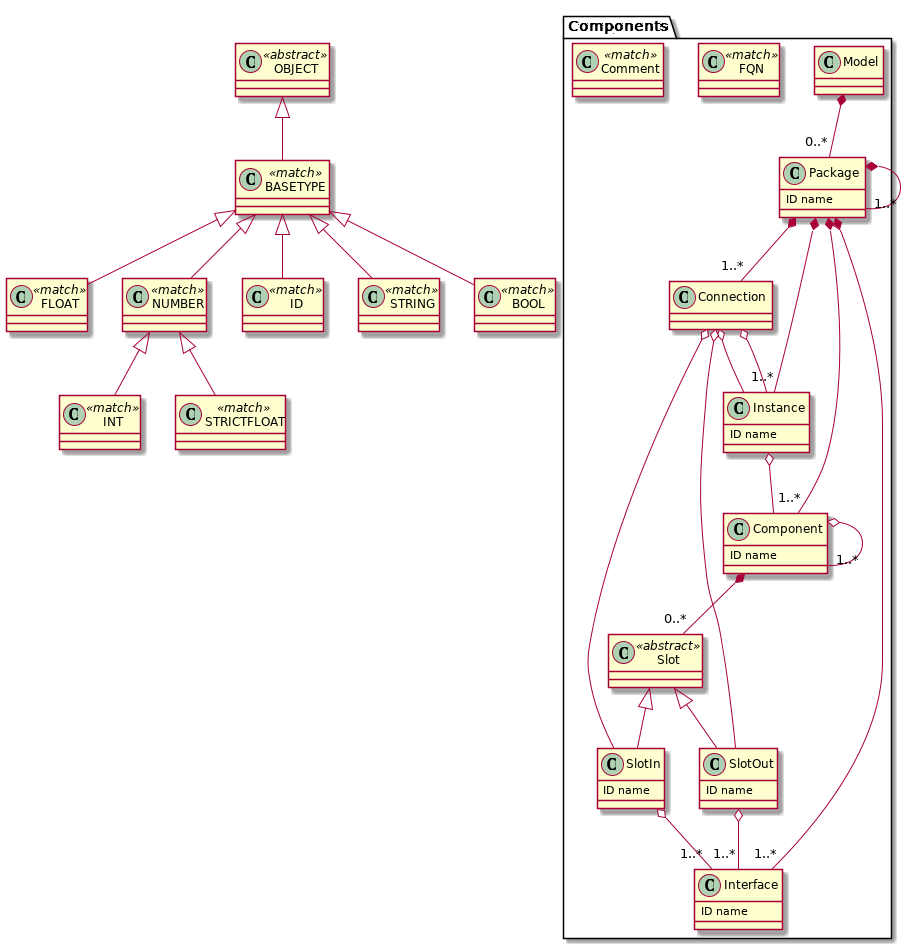
Above: examples/render_all_grammars/pu/tests_functional_test_scoping_components_model1_Components.png in textX/textX (PlantUML), before the change.
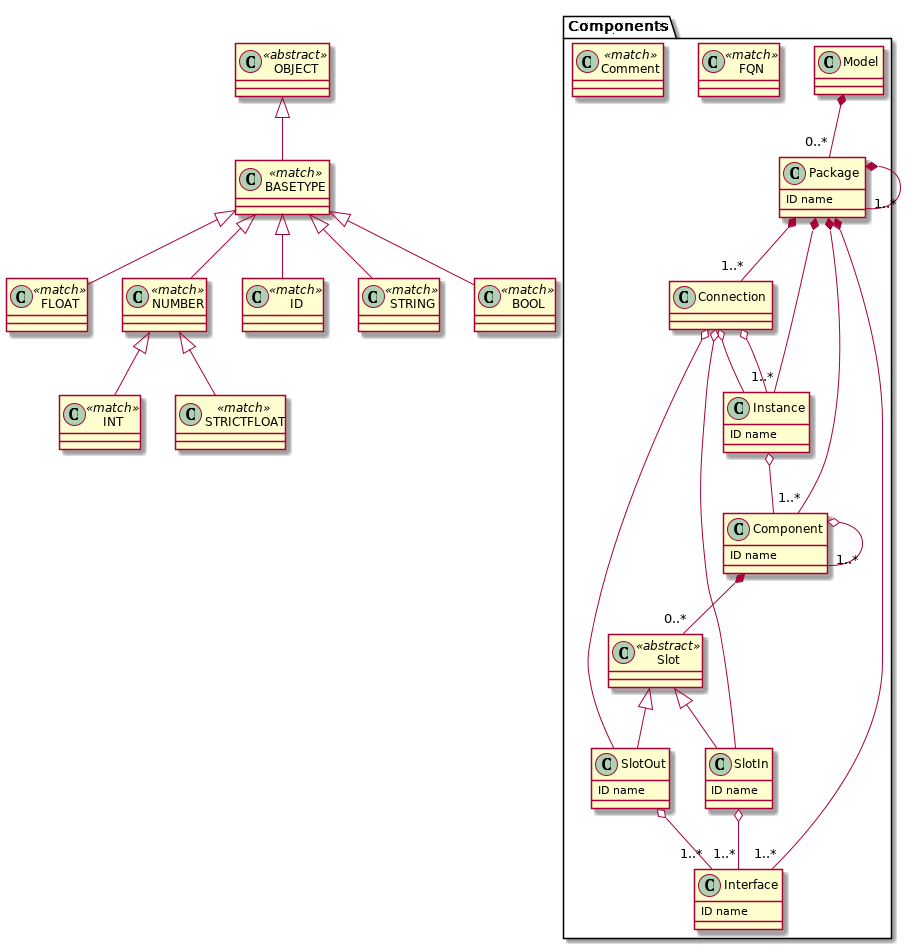
Above is the later version.

The edit, as a diff of the source:
```diff
@@ -1,60 +1,45 @@
 @startuml
-            set namespaceSeparator .
-        Components.Model *-- "0..*" Components.Package
+set namespaceSeparator .
+
+
 class Components.Model  {
 }
 
 
-Components.Package *-- "1..*" Components.Component
-Components.Package *-- "1..*" Components.Instance
-Components.Package *-- "1..*" Components.Connection
-Components.Package *-- "1..*" Components.Package
-Components.Package *-- "1..*" Components.Interface
 class Components.Package  {
-ID name
+  ID name
 }
 
 
 class Components.Interface  {
-ID name
+  ID name
 }
 
 
-Components.Component o-- "1..*" Components.Component
-Components.Component *-- "0..*" Components.Slot
 class Components.Component  {
-ID name
+  ID name
 }
 
 
 class Components.Slot <<abstract>> {
 }
 
-Components.Slot <|-- Components.SlotIn
-Components.Slot <|-- Components.SlotOut
 
-Components.SlotIn o-- "1..*" Components.Interface
 class Components.SlotIn  {
-ID name
+  ID name
 }
 
 
-Components.SlotOut o-- "1..*" Components.Interface
 class Components.SlotOut  {
-ID name
+  ID name
 }
 
 
-Components.Instance o-- Components.Component
 class Components.Instance  {
-ID name
+  ID name
 }
 
 
-Components.Connection o-- Components.Instance
-Components.Connection o-- Components.SlotOut
-Components.Connection o-- Components.Instance
-Components.Connection o-- Components.SlotIn
 class Components.Connection  {
 }
 
@@ -94,21 +79,38 @@
 class NUMBER <<match>> {
 }
 
-NUMBER <|-- STRICTFLOAT
-NUMBER <|-- INT
 
 class BASETYPE <<match>> {
 }
 
+
+class OBJECT <<abstract>> {
+}
+
+
+Components.Model *-- "0..*" Components.Package
+Components.Package *-- "1..*" Components.Component
+Components.Package *-- "1..*" Components.Instance
+Components.Package *-- "1..*" Components.Connection
+Components.Package *-- "1..*" Components.Package
+Components.Package *-- "1..*" Components.Interface
+Components.Component o-- "1..*" Components.Component
+Components.Component *-- "0..*" Components.Slot
+Components.Slot <|-- Components.SlotIn
+Components.Slot <|-- Components.SlotOut
+Components.SlotIn o-- "1..*" Components.Interface
+Components.SlotOut o-- "1..*" Components.Interface
+Components.Instance o-- Components.Component
+Components.Connection o-- Components.Instance
+Components.Connection o-- Components.SlotOut
+Components.Connection o-- Components.Instance
+Components.Connection o-- Components.SlotIn
+NUMBER <|-- STRICTFLOAT
+NUMBER <|-- INT
 BASETYPE <|-- NUMBER
 BASETYPE <|-- FLOAT
 BASETYPE <|-- BOOL
 BASETYPE <|-- ID
 BASETYPE <|-- STRING
-
-class OBJECT <<abstract>> {
-}
-
 OBJECT <|-- BASETYPE
-
 @enduml
```
